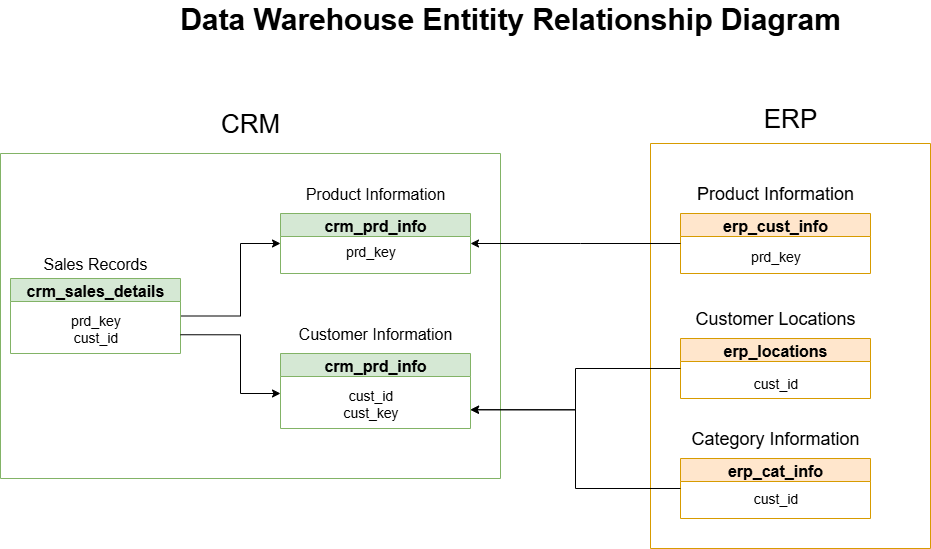
Before: diagrams/DWH - ERD Diagram.png, a diagram exported from draw.io (jason-gokho-ing/sql-data-warehouse). Source tidied: cells renumbered, new cells last; positions are measured from the earlier drawing's top-left corner, leaving out a move shared by most shapes.
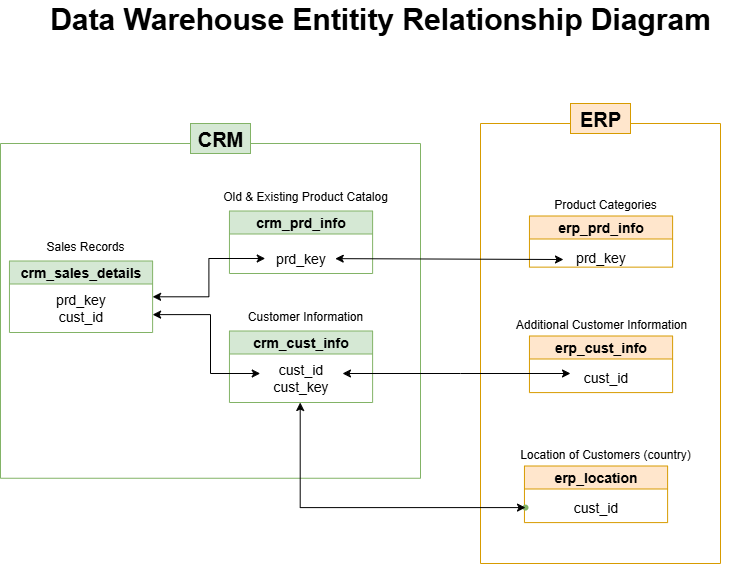
Later version of the same file.

Change to the diagram source:
```diff
@@ -3,105 +3,123 @@
     <mxCell id="0" />
     <mxCell id="1" parent="0" />
     <mxCell id="2" style="swimlane;startSize=0;fillColor=#d5e8d4;strokeColor=#82b366;labelBackgroundColor=default;" parent="1" vertex="1">
-      <mxGeometry y="150" width="500" height="325" as="geometry" />
+      <mxGeometry x="20" y="150" width="420" height="334.8" as="geometry" />
     </mxCell>
-    <mxCell id="3" value="&lt;font style=&quot;font-size: 16px;&quot;&gt;crm_prd_info&lt;/font&gt;" style="swimlane;whiteSpace=wrap;html=1;startSize=23;fillColor=#d5e8d4;strokeColor=#82b366;" parent="2" vertex="1">
-      <mxGeometry x="280" y="60" width="190" height="60" as="geometry" />
-    </mxCell>
-    <mxCell id="4" value="&lt;font style=&quot;font-size: 14px;&quot;&gt;prd_key&lt;/font&gt;&lt;div&gt;&lt;br&gt;&lt;/div&gt;" style="text;html=1;align=center;verticalAlign=middle;strokeColor=none;fillColor=none;" parent="3" vertex="1">
-      <mxGeometry x="55" y="25" width="70" height="40" as="geometry" />
-    </mxCell>
-    <mxCell id="5" value="&lt;font style=&quot;font-size: 16px;&quot;&gt;crm_prd_info&lt;/font&gt;" style="swimlane;whiteSpace=wrap;html=1;startSize=23;fillColor=#d5e8d4;strokeColor=#82b366;" parent="2" vertex="1">
-      <mxGeometry x="280" y="200" width="190" height="75" as="geometry" />
-    </mxCell>
-    <mxCell id="6" value="&lt;div&gt;&lt;span style=&quot;font-size: 14px;&quot;&gt;cust_id&lt;/span&gt;&lt;/div&gt;&lt;div&gt;&lt;span style=&quot;font-size: 14px;&quot;&gt;cust_key&lt;/span&gt;&lt;/div&gt;" style="text;html=1;align=center;verticalAlign=middle;points=[];strokeColor=none;fillColor=none;" parent="5" vertex="1">
-      <mxGeometry x="50" y="25" width="80" height="50" as="geometry" />
-    </mxCell>
-    <mxCell id="7" value="&lt;span&gt;Product Information&lt;/span&gt;" style="text;html=1;align=center;verticalAlign=middle;whiteSpace=wrap;rounded=0;fontSize=16;" parent="2" vertex="1">
-      <mxGeometry x="280" y="30" width="190" height="20" as="geometry" />
-    </mxCell>
-    <mxCell id="8" value="&lt;span&gt;Customer Information&lt;/span&gt;" style="text;html=1;align=center;verticalAlign=middle;whiteSpace=wrap;rounded=0;fontSize=16;" parent="2" vertex="1">
-      <mxGeometry x="280" y="170" width="190" height="20" as="geometry" />
-    </mxCell>
+    <mxCell id="30" style="group;labelBackgroundColor=default;" parent="2" vertex="1">
+      <mxGeometry y="90" width="170" height="110" as="geometry" />
+    </mxCell>
-    <mxCell id="9" value="&lt;font&gt;Sales Records&lt;/font&gt;" style="text;html=1;align=center;verticalAlign=middle;whiteSpace=wrap;rounded=0;fontSize=16;" parent="2" vertex="1">
-      <mxGeometry y="100" width="190" height="20" as="geometry" />
+    <mxCell id="9" value="&lt;font style=&quot;font-size: 12px;&quot;&gt;Sales Records&lt;/font&gt;" style="text;html=1;align=center;verticalAlign=middle;whiteSpace=wrap;rounded=0;fontSize=16;" parent="30" vertex="1">
+      <mxGeometry width="170" height="22" as="geometry" />
     </mxCell>
-    <mxCell id="10" style="edgeStyle=orthogonalEdgeStyle;rounded=0;jettySize=auto;html=1;entryX=0;entryY=0.5;entryDx=0;entryDy=0;" parent="2" edge="1" source="11" target="3">
-      <mxGeometry relative="1" as="geometry">
-        <Array as="points">
-          <mxPoint x="240" y="163" />
-          <mxPoint x="240" y="90" />
-        </Array>
-      </mxGeometry>
-    </mxCell>
-    <mxCell id="11" value="&lt;font style=&quot;font-size: 16px;&quot;&gt;crm_sales_details&lt;/font&gt;" style="swimlane;whiteSpace=wrap;html=1;startSize=23;fillColor=#d5e8d4;strokeColor=#82b366;" parent="2" vertex="1">
-      <mxGeometry x="10" y="125" width="170" height="75" as="geometry" />
+    <mxCell id="11" value="&lt;font style=&quot;font-size: 14px;&quot;&gt;crm_sales_details&lt;/font&gt;" style="swimlane;whiteSpace=wrap;html=1;startSize=23;fillColor=#d5e8d4;strokeColor=#82b366;" parent="30" vertex="1">
+      <mxGeometry x="8.9" y="27.5" width="143.2" height="71.5" as="geometry" />
     </mxCell>
     <mxCell id="12" value="&lt;font style=&quot;font-size: 14px;&quot;&gt;prd_key&lt;/font&gt;&lt;div&gt;&lt;font style=&quot;font-size: 14px;&quot;&gt;cust_id&lt;/font&gt;&lt;/div&gt;" style="text;html=1;align=center;verticalAlign=middle;strokeColor=none;fillColor=none;" parent="11" vertex="1">
-      <mxGeometry x="50" y="25" width="70" height="50" as="geometry" />
+      <mxGeometry x="35.8" y="21.5" width="70" height="50" as="geometry" />
     </mxCell>
-    <mxCell id="13" style="edgeStyle=orthogonalEdgeStyle;rounded=0;jettySize=auto;html=1;exitX=1;exitY=0.75;exitDx=0;exitDy=0;" parent="2" edge="1" source="11">
-      <mxGeometry relative="1" as="geometry">
-        <mxPoint x="280" y="240" as="targetPoint" />
-        <Array as="points">
-          <mxPoint x="240" y="181" />
-          <mxPoint x="240" y="240" />
-          <mxPoint x="280" y="240" />
-        </Array>
-      </mxGeometry>
-    </mxCell>
+    <mxCell id="31" style="group;labelBackgroundColor=default;" parent="2" vertex="1">
+      <mxGeometry x="220" y="160" width="170" height="110" as="geometry" />
+    </mxCell>
+    <mxCell id="8" value="&lt;span style=&quot;font-size: 12px;&quot;&gt;Customer Information&lt;/span&gt;" style="text;html=1;align=center;verticalAlign=middle;whiteSpace=wrap;rounded=0;fontSize=16;" parent="31" vertex="1">
+      <mxGeometry width="170" height="22" as="geometry" />
+    </mxCell>
+    <mxCell id="32" value="&lt;font style=&quot;font-size: 14px;&quot;&gt;crm_cust_info&lt;/font&gt;" style="swimlane;whiteSpace=wrap;html=1;startSize=23;fillColor=#d5e8d4;strokeColor=#82b366;" parent="31" vertex="1">
+      <mxGeometry x="8.9" y="27.5" width="143.2" height="71.5" as="geometry" />
+    </mxCell>
+    <mxCell id="6" value="&lt;font style=&quot;font-size: 14px;&quot;&gt;cust_id&lt;/font&gt;&lt;div&gt;&lt;font style=&quot;font-size: 14px;&quot;&gt;cust_key&lt;/font&gt;&lt;/div&gt;" style="text;html=1;align=center;verticalAlign=middle;points=[];strokeColor=none;fillColor=none;" parent="32" vertex="1">
+      <mxGeometry x="30.8" y="21.5" width="80" height="50" as="geometry" />
+    </mxCell>
+    <mxCell id="33" style="group;labelBackgroundColor=default;" parent="2" vertex="1">
+      <mxGeometry x="220" y="40" width="170" height="110" as="geometry" />
+    </mxCell>
+    <mxCell id="34" value="&lt;span style=&quot;font-size: 12px;&quot;&gt;Old &amp;amp; Existing Product Catalog&lt;/span&gt;" style="text;html=1;align=center;verticalAlign=middle;whiteSpace=wrap;rounded=0;fontSize=16;" parent="33" vertex="1">
+      <mxGeometry width="170" height="22" as="geometry" />
+    </mxCell>
+    <mxCell id="35" value="&lt;font style=&quot;font-size: 14px;&quot;&gt;crm_prd_info&lt;/font&gt;" style="swimlane;whiteSpace=wrap;html=1;startSize=23;fillColor=#d5e8d4;strokeColor=#82b366;" parent="33" vertex="1">
+      <mxGeometry x="8.9" y="27.5" width="143.2" height="62.5" as="geometry" />
+    </mxCell>
+    <mxCell id="36" value="&lt;font style=&quot;font-size: 14px;&quot;&gt;prd_key&lt;/font&gt;" style="text;html=1;align=center;verticalAlign=middle;points=[];strokeColor=none;fillColor=none;" parent="35" vertex="1">
+      <mxGeometry x="35.8" y="32.5" width="70" height="30" as="geometry" />
+    </mxCell>
+    <mxCell id="37" style="edgeStyle=orthogonalEdgeStyle;rounded=0;jettySize=auto;html=1;exitX=1;exitY=0.75;exitDx=0;exitDy=0;startArrow=classic;startFill=1;" parent="2" edge="1" source="11" target="6">
+      <mxGeometry relative="1" as="geometry">
+        <Array as="points">
+          <mxPoint x="210" y="171" />
+          <mxPoint x="210" y="230" />
+        </Array>
+      </mxGeometry>
+    </mxCell>
+    <mxCell id="38" style="edgeStyle=orthogonalEdgeStyle;rounded=0;jettySize=auto;html=1;endArrow=classic;endFill=1;startArrow=classic;startFill=1;" parent="2" edge="1" source="11" target="36">
+      <mxGeometry relative="1" as="geometry" />
+    </mxCell>
-    <mxCell id="14" value="&lt;font style=&quot;font-size: 26px;&quot;&gt;CRM&lt;/font&gt;" style="text;html=1;align=center;verticalAlign=middle;whiteSpace=wrap;rounded=0;labelBackgroundColor=default;" parent="1" vertex="1">
-      <mxGeometry x="220" y="105" width="60" height="30" as="geometry" />
+    <mxCell id="14" value="&lt;span&gt;&lt;font style=&quot;font-size: 20px;&quot;&gt;CRM&lt;/font&gt;&lt;/span&gt;" style="text;html=1;align=center;verticalAlign=middle;whiteSpace=wrap;rounded=0;fillColor=#d5e8d4;strokeColor=#82b366;fontStyle=1;fontSize=16;" parent="2" vertex="1">
+      <mxGeometry x="190" y="-20" width="60" height="30" as="geometry" />
     </mxCell>
-    <mxCell id="15" style="swimlane;startSize=0;fillColor=#ffe6cc;strokeColor=#d79b00;labelBackgroundColor=default;" parent="1" vertex="1">
-      <mxGeometry x="650" y="140" width="280" height="405" as="geometry" />
-    </mxCell>
-    <mxCell id="16" value="&lt;span style=&quot;font-size: 18px;&quot;&gt;Product Information&lt;/span&gt;" style="text;html=1;align=center;verticalAlign=middle;whiteSpace=wrap;rounded=0;" parent="15" vertex="1">
-      <mxGeometry x="30" y="40" width="190" height="20" as="geometry" />
-    </mxCell>
+    <mxCell id="26" value="&lt;b style=&quot;&quot;&gt;&lt;font style=&quot;font-size: 30px;&quot;&gt;Data Warehouse Entitity Relationship Diagram&lt;/font&gt;&lt;/b&gt;" style="text;html=1;align=center;verticalAlign=middle;whiteSpace=wrap;rounded=0;" parent="1" vertex="1">
+      <mxGeometry x="40" y="10" width="720" height="30" as="geometry" />
+    </mxCell>
+    <mxCell id="39" style="swimlane;startSize=0;fillColor=#ffe6cc;strokeColor=#d79b00;labelBackgroundColor=default;" parent="1" vertex="1">
+      <mxGeometry x="500" y="130" width="240" height="440" as="geometry" />
+    </mxCell>
+    <mxCell id="40" style="group;labelBackgroundColor=default;" parent="39" vertex="1">
+      <mxGeometry x="40" y="190" width="180" height="90" as="geometry" />
+    </mxCell>
+    <mxCell id="41" value="&lt;span style=&quot;font-size: 12px;&quot;&gt;Additional Customer Information&lt;/span&gt;" style="text;html=1;align=center;verticalAlign=middle;whiteSpace=wrap;rounded=0;fontSize=16;" parent="40" vertex="1">
+      <mxGeometry x="-9.5" width="180" height="18" as="geometry" />
+    </mxCell>
-    <mxCell id="17" value="&lt;font style=&quot;font-size: 16px;&quot;&gt;erp_cust_info&lt;/font&gt;" style="swimlane;whiteSpace=wrap;html=1;startSize=23;fillColor=#ffe6cc;strokeColor=#d79b00;" parent="15" vertex="1">
-      <mxGeometry x="30" y="70" width="190" height="60" as="geometry" />
+    <mxCell id="17" value="&lt;font style=&quot;font-size: 14px;&quot;&gt;erp_cust_info&lt;/font&gt;" style="swimlane;whiteSpace=wrap;html=1;startSize=23;fillColor=#ffe6cc;strokeColor=#d79b00;" parent="40" vertex="1">
+      <mxGeometry x="8.9" y="22.5" width="143.2" height="56.6" as="geometry" />
     </mxCell>
-    <mxCell id="18" value="&lt;font style=&quot;font-size: 14px;&quot;&gt;prd_key&lt;/font&gt;&lt;div&gt;&lt;br&gt;&lt;/div&gt;" style="text;html=1;align=center;verticalAlign=middle;strokeColor=none;fillColor=none;" parent="17" vertex="1">
-      <mxGeometry x="60" y="30" width="70" height="40" as="geometry" />
-    </mxCell>
-    <mxCell id="19" value="&lt;span style=&quot;font-size: 18px;&quot;&gt;Customer Locations&lt;/span&gt;" style="text;html=1;align=center;verticalAlign=middle;whiteSpace=wrap;rounded=0;" parent="15" vertex="1">
-      <mxGeometry x="30" y="165" width="190" height="20" as="geometry" />
-    </mxCell>
-    <mxCell id="20" value="&lt;font style=&quot;font-size: 16px;&quot;&gt;erp_locations&lt;/font&gt;" style="swimlane;whiteSpace=wrap;html=1;startSize=23;fillColor=#ffe6cc;strokeColor=#d79b00;" parent="15" vertex="1">
-      <mxGeometry x="30" y="195" width="190" height="60" as="geometry" />
-    </mxCell>
-    <mxCell id="21" value="&lt;span style=&quot;font-size: 14px;&quot;&gt;cust_id&lt;/span&gt;" style="text;html=1;align=center;verticalAlign=middle;strokeColor=none;fillColor=none;" parent="20" vertex="1">
-      <mxGeometry x="60" y="30" width="70" height="30" as="geometry" />
-    </mxCell>
-    <mxCell id="22" value="&lt;span style=&quot;font-size: 18px;&quot;&gt;Category Information&lt;/span&gt;" style="text;html=1;align=center;verticalAlign=middle;whiteSpace=wrap;rounded=0;" parent="15" vertex="1">
-      <mxGeometry x="30" y="285" width="190" height="20" as="geometry" />
-    </mxCell>
-    <mxCell id="23" value="&lt;font style=&quot;font-size: 16px;&quot;&gt;erp_cat_info&lt;/font&gt;" style="swimlane;whiteSpace=wrap;html=1;startSize=23;fillColor=#ffe6cc;strokeColor=#d79b00;" parent="15" vertex="1">
-      <mxGeometry x="30" y="315" width="190" height="60" as="geometry" />
-    </mxCell>
-    <mxCell id="24" value="&lt;div&gt;&lt;span style=&quot;font-size: 14px;&quot;&gt;cust_id&lt;/span&gt;&lt;/div&gt;" style="text;html=1;align=center;verticalAlign=middle;strokeColor=none;fillColor=none;" parent="23" vertex="1">
-      <mxGeometry x="60" y="25" width="70" height="30" as="geometry" />
-    </mxCell>
+    <mxCell id="42" value="&lt;span style=&quot;font-size: 14px;&quot;&gt;cust_id&lt;/span&gt;" style="text;html=1;align=center;verticalAlign=middle;points=[];strokeColor=none;fillColor=none;" parent="17" vertex="1">
+      <mxGeometry x="41" y="26.6" width="70" height="30" as="geometry" />
+    </mxCell>
+    <mxCell id="43" style="group;labelBackgroundColor=default;" parent="39" vertex="1">
+      <mxGeometry x="40" y="70" width="170" height="90" as="geometry" />
+    </mxCell>
+    <mxCell id="44" value="&lt;span style=&quot;font-size: 12px;&quot;&gt;Product Categories&lt;/span&gt;" style="text;html=1;align=center;verticalAlign=middle;whiteSpace=wrap;rounded=0;fontSize=16;" parent="43" vertex="1">
+      <mxGeometry width="170" height="18" as="geometry" />
+    </mxCell>
+    <mxCell id="45" value="&lt;font style=&quot;font-size: 14px;&quot;&gt;erp_prd_info&lt;/font&gt;" style="swimlane;whiteSpace=wrap;html=1;startSize=23;fillColor=#ffe6cc;strokeColor=#d79b00;" parent="43" vertex="1">
+      <mxGeometry x="8.9" y="22.5" width="143.2" height="51.1" as="geometry" />
+    </mxCell>
+    <mxCell id="46" value="&lt;font style=&quot;font-size: 14px;&quot;&gt;prd_key&lt;/font&gt;" style="text;html=1;align=center;verticalAlign=middle;points=[];strokeColor=none;fillColor=none;" parent="45" vertex="1">
+      <mxGeometry x="35.8" y="26.6" width="70" height="30" as="geometry" />
+    </mxCell>
+    <mxCell id="47" style="group;labelBackgroundColor=default;" parent="39" vertex="1">
+      <mxGeometry x="35" y="320" width="180" height="90" as="geometry" />
+    </mxCell>
+    <mxCell id="48" value="&lt;span style=&quot;font-size: 12px;&quot;&gt;Location of Customers (country)&lt;/span&gt;" style="text;html=1;align=center;verticalAlign=middle;whiteSpace=wrap;rounded=0;fontSize=16;" parent="47" vertex="1">
+      <mxGeometry width="180" height="18" as="geometry" />
+    </mxCell>
+    <mxCell id="49" value="&lt;font style=&quot;font-size: 14px;&quot;&gt;erp_location&lt;/font&gt;" style="swimlane;whiteSpace=wrap;html=1;startSize=23;fillColor=#ffe6cc;strokeColor=#d79b00;" parent="47" vertex="1">
+      <mxGeometry x="8.9" y="22.5" width="143.2" height="56.6" as="geometry" />
+    </mxCell>
+    <mxCell id="50" value="&lt;span style=&quot;font-size: 14px;&quot;&gt;cust_id&lt;/span&gt;" style="text;html=1;align=center;verticalAlign=middle;strokeColor=none;fillColor=none;" parent="49" vertex="1">
+      <mxGeometry x="35.8" y="26.6" width="70" height="30" as="geometry" />
+    </mxCell>
+    <mxCell id="51" style="shape=waypoint;sketch=0;size=6;points=[];fillColor=#d5e8d4;perimeter=centerPerimeter;snapToPoint=1;strokeColor=#82b366;fontStyle=1;startSize=23;" parent="49" vertex="1">
+      <mxGeometry x="-8.9" y="31.6" width="20" height="20" as="geometry" />
+    </mxCell>
+    <mxCell id="52" style="endArrow=classic;startArrow=classic;html=1;rounded=0;entryX=-0.025;entryY=0.564;entryDx=0;entryDy=0;entryPerimeter=0;" parent="1" edge="1" source="36" target="46">
+      <mxGeometry relative="1" as="geometry" />
+    </mxCell>
+    <mxCell id="53" style="edgeStyle=orthogonalEdgeStyle;rounded=0;jettySize=auto;html=1;startArrow=classic;startFill=1;" parent="1" edge="1" source="6" target="51">
+      <mxGeometry relative="1" as="geometry">
+        <Array as="points">
+          <mxPoint x="320" y="514" />
+        </Array>
+      </mxGeometry>
+    </mxCell>
+    <mxCell id="54" style="edgeStyle=orthogonalEdgeStyle;rounded=0;jettySize=auto;html=1;startArrow=classic;startFill=1;exitX=1.028;exitY=0.42;exitDx=0;exitDy=0;exitPerimeter=0;" parent="1" edge="1" source="6" target="42">
+      <mxGeometry relative="1" as="geometry">
+        <Array as="points">
+          <mxPoint x="480" y="380" />
+          <mxPoint x="480" y="380" />
+        </Array>
+      </mxGeometry>
+    </mxCell>
-    <mxCell id="25" value="&lt;span style=&quot;font-size: 26px;&quot;&gt;ERP&lt;/span&gt;" style="text;html=1;align=center;verticalAlign=middle;whiteSpace=wrap;rounded=0;labelBackgroundColor=default;" parent="1" vertex="1">
-      <mxGeometry x="760" y="100" width="60" height="30" as="geometry" />
+    <mxCell id="25" value="&lt;span style=&quot;font-size: 20px;&quot;&gt;ERP&lt;/span&gt;" style="text;html=1;align=center;verticalAlign=middle;whiteSpace=wrap;rounded=0;fillColor=#ffe6cc;strokeColor=#d79b00;fontStyle=1;" parent="1" vertex="1">
+      <mxGeometry x="590" y="110" width="60" height="30" as="geometry" />
     </mxCell>
-    <mxCell id="26" value="&lt;b style=&quot;&quot;&gt;&lt;font style=&quot;font-size: 30px;&quot;&gt;Data Warehouse Entitity Relationship Diagram&lt;/font&gt;&lt;/b&gt;" style="text;html=1;align=center;verticalAlign=middle;whiteSpace=wrap;rounded=0;" parent="1" vertex="1">
-      <mxGeometry x="150" width="720" height="30" as="geometry" />
-    </mxCell>
-    <mxCell id="27" style="edgeStyle=orthogonalEdgeStyle;rounded=0;jettySize=auto;html=1;entryX=1;entryY=0.5;entryDx=0;entryDy=0;" parent="1" edge="1" source="17" target="3">
-      <mxGeometry relative="1" as="geometry">
-        <Array as="points">
-          <mxPoint x="580" y="240" />
-          <mxPoint x="580" y="240" />
-        </Array>
-      </mxGeometry>
-    </mxCell>
-    <mxCell id="28" style="edgeStyle=orthogonalEdgeStyle;rounded=0;jettySize=auto;html=1;entryX=1;entryY=0.75;entryDx=0;entryDy=0;" parent="1" edge="1" source="23" target="5">
-      <mxGeometry relative="1" as="geometry" />
-    </mxCell>
-    <mxCell id="29" style="edgeStyle=orthogonalEdgeStyle;rounded=0;jettySize=auto;html=1;entryDx=0;entryDy=0;entryX=1;entryY=0.75;" parent="1" edge="1" source="20" target="5">
-      <mxGeometry relative="1" as="geometry" />
-    </mxCell>
   </root>
 </mxGraphModel>
```
